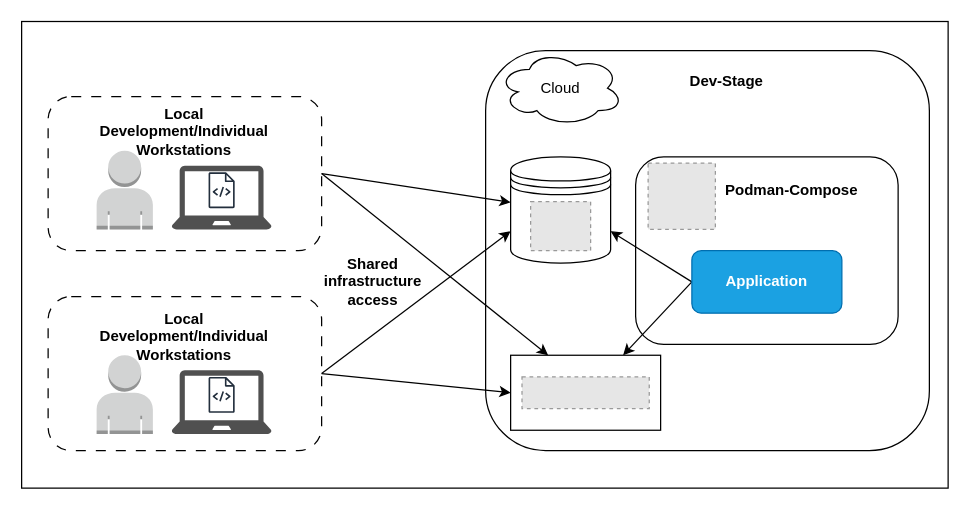
Earlier version of the draw.io diagram documentation/diagrams/InfrastructureDevStage.drawio (normanboettcher/BotPilot). Source tidied: cells renumbered, new cells numbered last; positions are measured from the earlier drawing's top-left corner, leaving out a move shared by most shapes. Both pictures are drawn from the tidied source at 125%, with x=0, y=0 at pixel (21, 21). Pictures stored in the file or linked from it are replaced by grey dashed boxes.
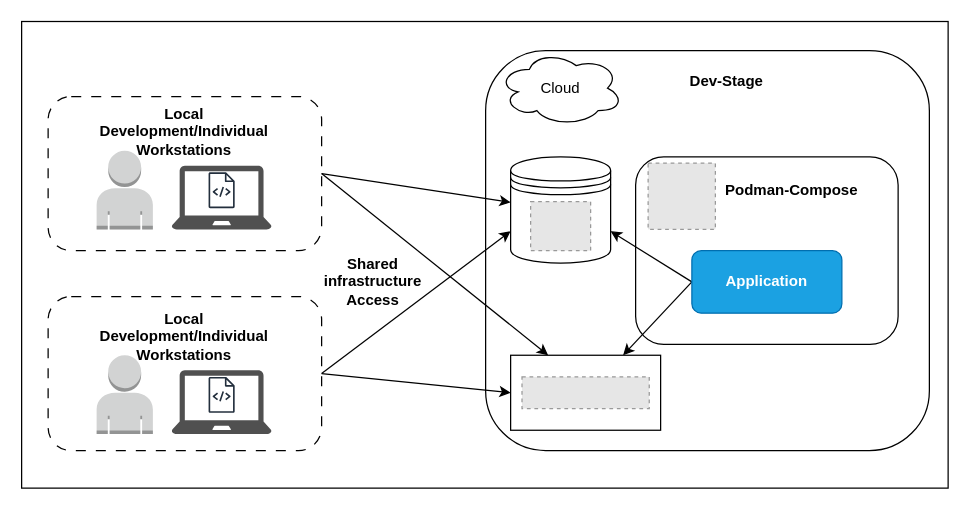
The same diagram, later.

Commit message (it also covers changes not shown here):
Changed - InfrastructureDevStage diagram

Diff of the diagram source:
```diff
@@
-    <mxCell id="28" value="&lt;b&gt;Shared infrastructure access&lt;/b&gt;" style="text;html=1;whiteSpace=wrap;strokeColor=none;fillColor=none;align=center;verticalAlign=middle;rounded=0;" parent="1" vertex="1">
+    <mxCell id="28" value="&lt;b&gt;Shared infrastructure Access&lt;/b&gt;" style="text;html=1;whiteSpace=wrap;strokeColor=none;fillColor=none;align=center;verticalAlign=middle;rounded=0;" parent="1" vertex="1">
       <mxGeometry x="251" y="193" width="60" height="30" as="geometry" />
     </mxCell>
```
